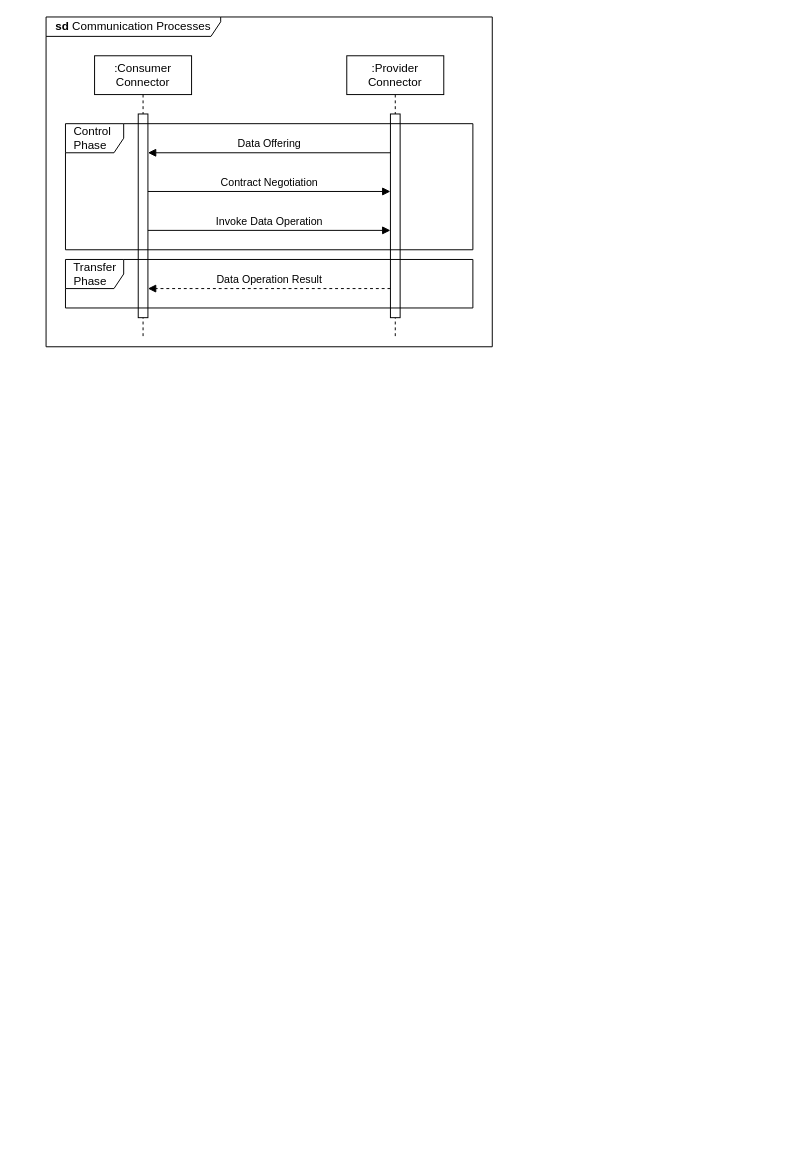
Earlier version of the draw.io diagram documentation/3_Layers_of_the_Reference_Architecture_Model/3_3_Process_Layer/media/sd-communication-phases.drawio (International-Data-Spaces-Association/IDS-RAM_4_0). Source tidied: cells renumbered, new cells numbered last; positions are measured from the earlier drawing's top-left corner, leaving out a move shared by most shapes. Both pictures are drawn from the tidied source at 97%, with x=0, y=0 at pixel (46, 16).
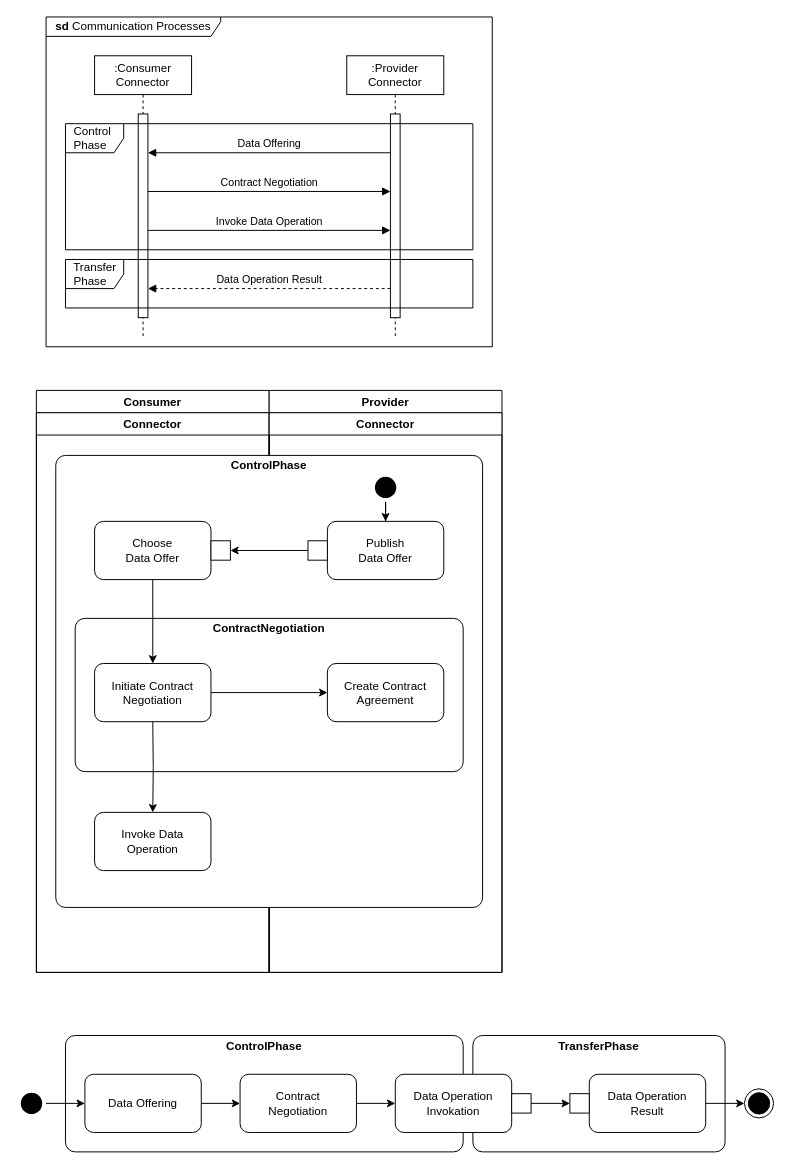
The same diagram, later.

Commit message (it also covers changes not shown here):
chore: replace communication phases figure

Diff of the diagram source:
```diff
@@
+    <mxCell id="13" value="Consumer" style="swimlane;" parent="1" vertex="1">
+      <mxGeometry x="-10" y="385" width="240" height="600" as="geometry" />
+    </mxCell>
+    <mxCell id="14" value="Connector" style="swimlane;" parent="13" vertex="1">
+      <mxGeometry y="23" width="240" height="577" as="geometry" />
+    </mxCell>
+    <mxCell id="15" value="Provider" style="swimlane;" parent="1" vertex="1">
+      <mxGeometry x="230" y="385" width="240" height="600" as="geometry" />
+    </mxCell>
+    <mxCell id="16" value="Connector" style="swimlane;" parent="15" vertex="1">
+      <mxGeometry y="23" width="240" height="577" as="geometry" />
+    </mxCell>
+    <mxCell id="17" value="&lt;p style=&quot;margin: 0px ; margin-top: 4px ; text-align: center&quot;&gt;&lt;b&gt;ControlPhase&lt;/b&gt;&lt;/p&gt;" style="html=1;shape=mxgraph.sysml.simpleState;html=1;overflow=fill;whiteSpace=wrap;align=center;" parent="16" vertex="1">
+      <mxGeometry x="-220" y="44" width="440" height="466" as="geometry" />
+    </mxCell>
+    <mxCell id="18" style="edgeStyle=orthogonalEdgeStyle;rounded=0;jettySize=auto;html=1;exitX=0.5;exitY=1;exitDx=0;exitDy=0;" parent="16" edge="1" source="19" target="20">
+      <mxGeometry relative="1" as="geometry" />
+    </mxCell>
+    <mxCell id="19" style="ellipse;html=1;shape=startState;fillColor=#000000;strokeColor=none;" parent="16" vertex="1">
+      <mxGeometry x="105" y="62" width="30" height="30" as="geometry" />
+    </mxCell>
+    <mxCell id="20" value="Publish &lt;br&gt;Data Offer" style="rounded=1;whiteSpace=wrap;html=1;" parent="16" vertex="1">
+      <mxGeometry x="60" y="112" width="120" height="60" as="geometry" />
+    </mxCell>
+    <mxCell id="21" style="edgeStyle=orthogonalEdgeStyle;rounded=0;jettySize=auto;html=1;exitX=0;exitY=0.5;exitDx=0;exitDy=0;entryX=1;entryY=0.5;entryDx=0;entryDy=0;" parent="16" edge="1" source="22" target="24">
+      <mxGeometry relative="1" as="geometry" />
+    </mxCell>
+    <mxCell id="22" style="rounded=0;whiteSpace=wrap;html=1;" parent="16" vertex="1">
+      <mxGeometry x="40" y="132" width="20" height="20" as="geometry" />
+    </mxCell>
+    <mxCell id="23" value="Choose &lt;br&gt;Data Offer" style="rounded=1;whiteSpace=wrap;html=1;" parent="16" vertex="1">
+      <mxGeometry x="-180" y="112" width="120" height="60" as="geometry" />
+    </mxCell>
+    <mxCell id="24" style="rounded=0;whiteSpace=wrap;html=1;" parent="16" vertex="1">
+      <mxGeometry x="-60" y="132" width="20" height="20" as="geometry" />
+    </mxCell>
+    <mxCell id="25" value="&lt;p style=&quot;margin: 0px ; margin-top: 4px ; text-align: center&quot;&gt;&lt;b&gt;ContractNegotiation&lt;/b&gt;&lt;/p&gt;" style="html=1;shape=mxgraph.sysml.simpleState;html=1;overflow=fill;whiteSpace=wrap;align=center;" parent="16" vertex="1">
+      <mxGeometry x="-200" y="212" width="400" height="158" as="geometry" />
+    </mxCell>
+    <mxCell id="26" value="Create Contract Agreement" style="rounded=1;whiteSpace=wrap;html=1;" parent="16" vertex="1">
+      <mxGeometry x="60" y="258.5" width="120" height="60" as="geometry" />
+    </mxCell>
+    <mxCell id="27" value="&lt;p style=&quot;margin: 0px ; margin-top: 4px ; text-align: center&quot;&gt;&lt;b&gt;TransferPhase&lt;/b&gt;&lt;/p&gt;" style="html=1;shape=mxgraph.sysml.simpleState;html=1;overflow=fill;whiteSpace=wrap;align=center;" parent="1" vertex="1">
+      <mxGeometry x="440" y="1050" width="260" height="120" as="geometry" />
+    </mxCell>
+    <mxCell id="28" style="edgeStyle=orthogonalEdgeStyle;rounded=0;jettySize=auto;html=1;exitX=0.5;exitY=1;exitDx=0;exitDy=0;entryX=0.5;entryY=0;entryDx=0;entryDy=0;" parent="1" edge="1" target="29">
+      <mxGeometry relative="1" as="geometry">
+        <mxPoint x="110" y="726.5" as="sourcePoint" />
+      </mxGeometry>
+    </mxCell>
+    <mxCell id="29" value="Invoke Data Operation" style="rounded=1;whiteSpace=wrap;html=1;" parent="1" vertex="1">
+      <mxGeometry x="50" y="820" width="120" height="60" as="geometry" />
+    </mxCell>
+    <mxCell id="30" style="edgeStyle=orthogonalEdgeStyle;rounded=0;jettySize=auto;html=1;exitX=1;exitY=0.5;exitDx=0;exitDy=0;entryX=0;entryY=0.5;entryDx=0;entryDy=0;" parent="1" edge="1" source="31" target="26">
+      <mxGeometry relative="1" as="geometry" />
+    </mxCell>
+    <mxCell id="31" value="Initiate Contract Negotiation" style="rounded=1;whiteSpace=wrap;html=1;" parent="1" vertex="1">
+      <mxGeometry x="50" y="666.5" width="120" height="60" as="geometry" />
+    </mxCell>
+    <mxCell id="32" style="edgeStyle=orthogonalEdgeStyle;rounded=0;jettySize=auto;html=1;exitX=0.5;exitY=1;exitDx=0;exitDy=0;entryX=0.5;entryY=0;entryDx=0;entryDy=0;" parent="1" edge="1" source="23" target="31">
+      <mxGeometry relative="1" as="geometry" />
+    </mxCell>
+    <mxCell id="33" value="&lt;p style=&quot;margin: 0px ; margin-top: 4px ; text-align: center&quot;&gt;&lt;b&gt;ControlPhase&lt;/b&gt;&lt;/p&gt;" style="html=1;shape=mxgraph.sysml.simpleState;html=1;overflow=fill;whiteSpace=wrap;align=center;" parent="1" vertex="1">
+      <mxGeometry x="20" y="1050" width="410" height="120" as="geometry" />
+    </mxCell>
+    <mxCell id="34" style="edgeStyle=orthogonalEdgeStyle;rounded=0;jettySize=auto;html=1;exitX=1;exitY=0.5;exitDx=0;exitDy=0;entryX=0;entryY=0.5;entryDx=0;entryDy=0;" parent="1" edge="1" source="35" target="37">
+      <mxGeometry relative="1" as="geometry" />
+    </mxCell>
+    <mxCell id="35" value="Data Offering" style="rounded=1;whiteSpace=wrap;html=1;" parent="1" vertex="1">
+      <mxGeometry x="40" y="1090" width="120" height="60" as="geometry" />
+    </mxCell>
+    <mxCell id="36" style="edgeStyle=orthogonalEdgeStyle;rounded=0;jettySize=auto;html=1;exitX=1;exitY=0.5;exitDx=0;exitDy=0;entryX=0;entryY=0.5;entryDx=0;entryDy=0;" parent="1" edge="1" source="37" target="38">
+      <mxGeometry relative="1" as="geometry" />
+    </mxCell>
+    <mxCell id="37" value="Contract &lt;br&gt;Negotiation" style="rounded=1;whiteSpace=wrap;html=1;" parent="1" vertex="1">
+      <mxGeometry x="200" y="1090" width="120" height="60" as="geometry" />
+    </mxCell>
+    <mxCell id="38" value="Data Operation&lt;br&gt;Invokation" style="rounded=1;whiteSpace=wrap;html=1;" parent="1" vertex="1">
+      <mxGeometry x="360" y="1090" width="120" height="60" as="geometry" />
+    </mxCell>
+    <mxCell id="39" style="edgeStyle=orthogonalEdgeStyle;rounded=0;jettySize=auto;html=1;exitX=1;exitY=0.5;exitDx=0;exitDy=0;entryX=0;entryY=0.5;entryDx=0;entryDy=0;" parent="1" edge="1" source="40" target="46">
+      <mxGeometry relative="1" as="geometry" />
+    </mxCell>
+    <mxCell id="40" value="Data Operation&lt;br&gt;Result" style="rounded=1;whiteSpace=wrap;html=1;" parent="1" vertex="1">
+      <mxGeometry x="560" y="1090" width="120" height="60" as="geometry" />
+    </mxCell>
+    <mxCell id="41" style="edgeStyle=orthogonalEdgeStyle;rounded=0;jettySize=auto;html=1;exitX=1;exitY=0.5;exitDx=0;exitDy=0;entryX=0;entryY=0.5;entryDx=0;entryDy=0;" parent="1" edge="1" source="42" target="35">
+      <mxGeometry relative="1" as="geometry" />
+    </mxCell>
+    <mxCell id="42" style="ellipse;html=1;shape=startState;fillColor=#000000;strokeColor=none;" parent="1" vertex="1">
+      <mxGeometry x="-30" y="1105" width="30" height="30" as="geometry" />
+    </mxCell>
+    <mxCell id="43" style="edgeStyle=orthogonalEdgeStyle;rounded=0;jettySize=auto;html=1;exitX=1;exitY=0.5;exitDx=0;exitDy=0;entryX=0;entryY=0.5;entryDx=0;entryDy=0;" parent="1" edge="1" source="44" target="45">
+      <mxGeometry relative="1" as="geometry" />
+    </mxCell>
+    <mxCell id="44" style="rounded=0;whiteSpace=wrap;html=1;" parent="1" vertex="1">
+      <mxGeometry x="480" y="1110" width="20" height="20" as="geometry" />
+    </mxCell>
+    <mxCell id="45" style="rounded=0;whiteSpace=wrap;html=1;" parent="1" vertex="1">
+      <mxGeometry x="540" y="1110" width="20" height="20" as="geometry" />
+    </mxCell>
+    <mxCell id="46" style="ellipse;html=1;shape=endState;fillColor=#000000;strokeColor=#000000;" parent="1" vertex="1">
+      <mxGeometry x="720" y="1105" width="30" height="30" as="geometry" />
+    </mxCell>
```
